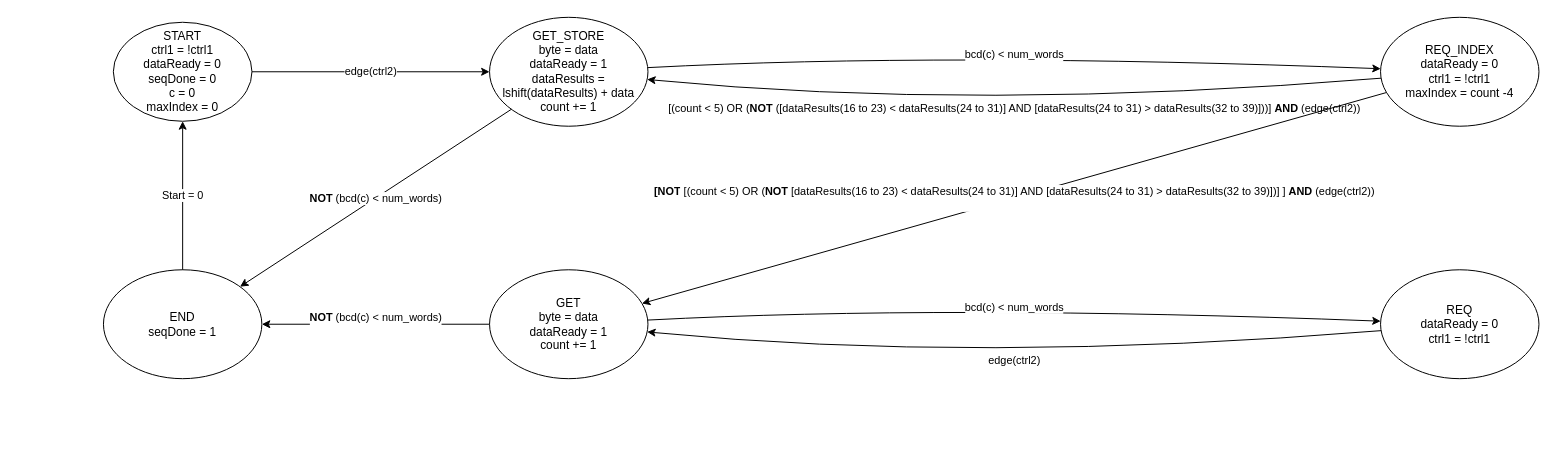
OscarHdez103/DigProjFSM keeps this draw.io diagram as Folder/FSM.drawio. Above is the earlier version. Source tidied: cells renumbered, new cells numbered last; positions are measured from the earlier drawing's top-left corner, leaving out a move shared by most shapes. Both pictures are drawn from the tidied source at 99%, with x=0, y=0 at pixel (103, 17).
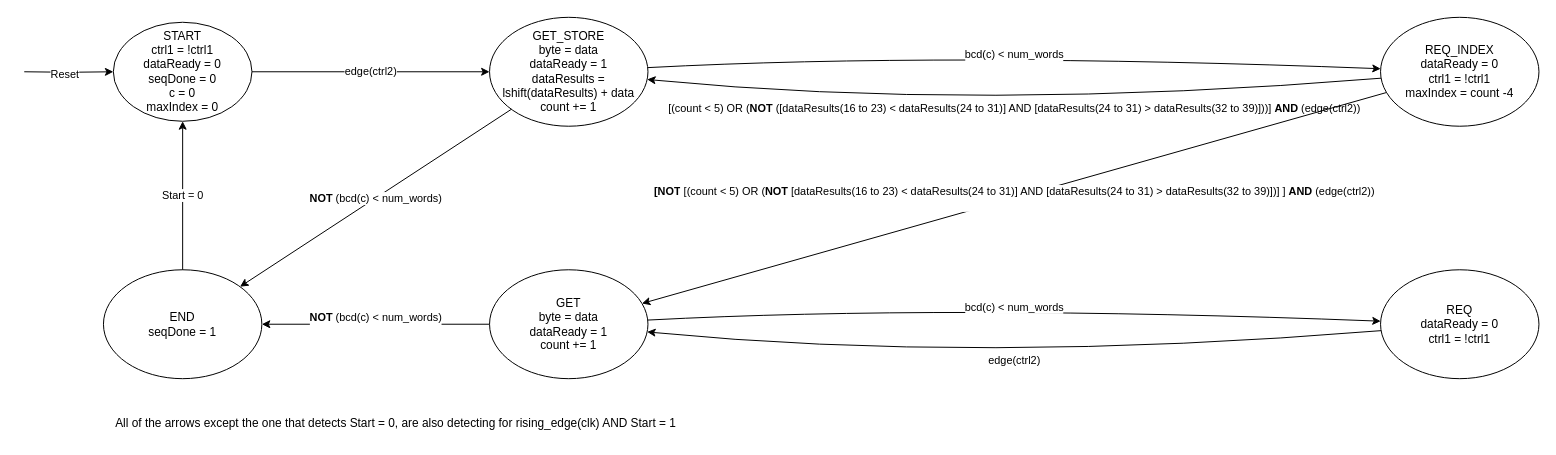
The same diagram, later.

Unchanged cells that the change refers to:
```xml
<mxCell id="3" value="START&lt;div&gt;ctrl1 = !ctrl1&lt;/div&gt;&lt;div&gt;dataReady = 0&lt;/div&gt;&lt;div&gt;seqDone = 0&lt;/div&gt;&lt;div&gt;c = 0&lt;/div&gt;&lt;div&gt;maxIndex = 0&lt;/div&gt;" style="ellipse;whiteSpace=wrap;html=1;" parent="1" vertex="1">
  <mxGeometry x="10" y="5" width="140" height="100" as="geometry" />
</mxCell>
```

What changed in the source:
```diff
@@
+    <mxCell id="17" style="edgeStyle=orthogonalEdgeStyle;rounded=0;jettySize=auto;html=1;entryX=0;entryY=0.5;entryDx=0;entryDy=0;" parent="1" edge="1" target="3">
+      <mxGeometry relative="1" as="geometry">
+        <mxPoint x="-80" y="55" as="sourcePoint" />
+      </mxGeometry>
+    </mxCell>
+    <mxCell id="18" value="Reset" style="edgeLabel;html=1;align=center;verticalAlign=middle;" parent="17" vertex="1">
+      <mxGeometry x="-0.09" y="-2" relative="1" as="geometry" />
+    </mxCell>
@@
+    <mxCell id="19" value="All of the arrows except the one that detects Start = 0, are also detecting for rising_edge(clk) AND Start = 1" style="text;html=1;align=center;verticalAlign=middle;strokeColor=none;fillColor=none;" parent="1" vertex="1">
+      <mxGeometry y="395" width="590" height="30" as="geometry" />
+    </mxCell>
```
